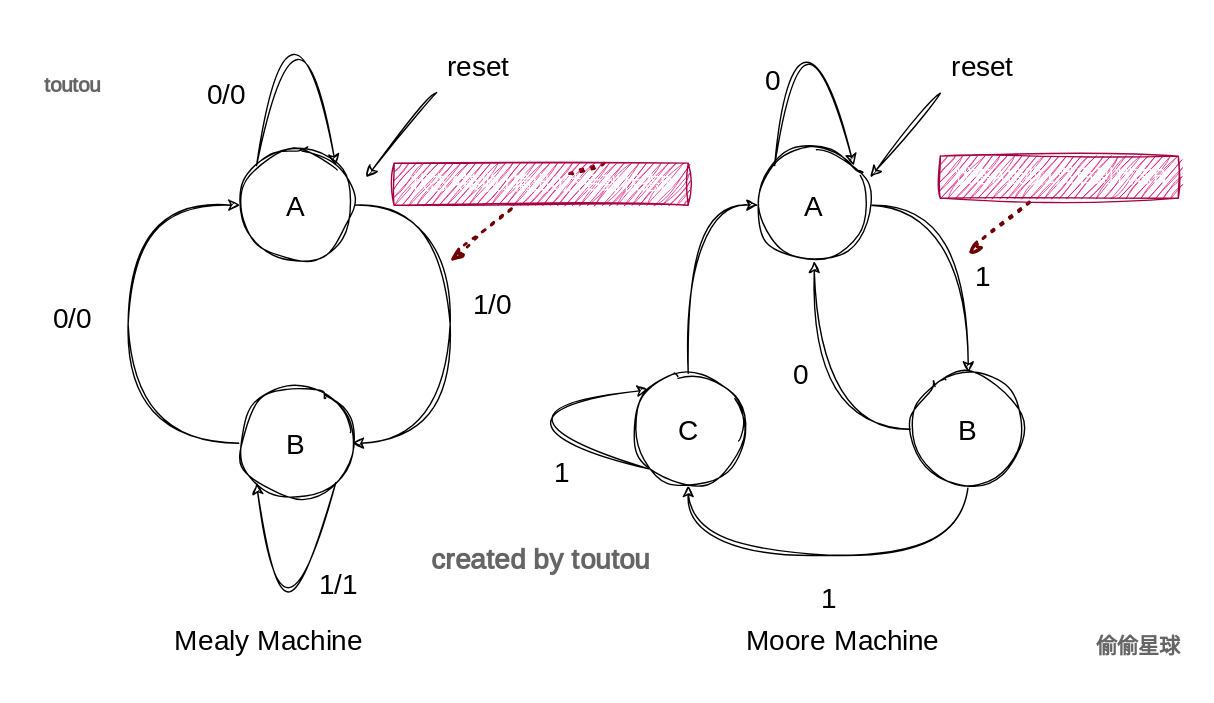
Earlier version of the draw.io export img/DC/fsm.drawio.svg (Khan3x/khan3x.github.io). Source tidied: cells renumbered, new cells last; positions are measured from the earlier drawing's top-left corner, leaving out a move shared by most shapes. Source of this version:
```xml
<mxGraphModel>
  <root>
    <mxCell id="0" />
    <mxCell id="1" parent="0" />
    <mxCell id="2" style="edgeStyle=orthogonalEdgeStyle;sketch=1;hachureGap=4;jiggle=2;curveFitting=1;html=1;exitX=1;exitY=0.5;exitDx=0;exitDy=0;entryX=1;entryY=0.5;entryDx=0;entryDy=0;fontFamily=Architects Daughter;fontSource=https%3A%2F%2Ffonts.googleapis.com%2Fcss%3Ffamily%3DArchitects%2BDaughter;fontSize=16;curved=1;" parent="1" edge="1" source="3" target="5">
      <mxGeometry relative="1" as="geometry">
        <Array as="points">
          <mxPoint x="321" y="180" />
          <mxPoint x="321" y="350" />
        </Array>
      </mxGeometry>
    </mxCell>
    <mxCell id="3" value="A" style="ellipse;whiteSpace=wrap;html=1;sketch=1;hachureGap=4;jiggle=2;curveFitting=1;fontFamily=Architects Daughter;fontSource=https%3A%2F%2Ffonts.googleapis.com%2Fcss%3Ffamily%3DArchitects%2BDaughter;fontSize=20;" parent="1" vertex="1">
      <mxGeometry x="171" y="140" width="80" height="80" as="geometry" />
    </mxCell>
    <mxCell id="4" style="edgeStyle=orthogonalEdgeStyle;curved=1;sketch=1;hachureGap=4;jiggle=2;curveFitting=1;html=1;exitX=0;exitY=0.5;exitDx=0;exitDy=0;entryX=0;entryY=0.5;entryDx=0;entryDy=0;fontFamily=Architects Daughter;fontSource=https%3A%2F%2Ffonts.googleapis.com%2Fcss%3Ffamily%3DArchitects%2BDaughter;fontSize=16;" parent="1" edge="1" source="5" target="3">
      <mxGeometry relative="1" as="geometry">
        <Array as="points">
          <mxPoint x="91" y="350" />
          <mxPoint x="91" y="180" />
        </Array>
      </mxGeometry>
    </mxCell>
    <mxCell id="5" value="B" style="ellipse;whiteSpace=wrap;html=1;sketch=1;hachureGap=4;jiggle=2;curveFitting=1;fontFamily=Architects Daughter;fontSource=https%3A%2F%2Ffonts.googleapis.com%2Fcss%3Ffamily%3DArchitects%2BDaughter;fontSize=20;" parent="1" vertex="1">
      <mxGeometry x="171" y="310" width="80" height="80" as="geometry" />
    </mxCell>
    <mxCell id="6" style="edgeStyle=orthogonalEdgeStyle;curved=1;sketch=1;hachureGap=4;jiggle=2;curveFitting=1;html=1;exitX=1;exitY=0.5;exitDx=0;exitDy=0;entryX=0.5;entryY=0;entryDx=0;entryDy=0;fontFamily=Architects Daughter;fontSource=https%3A%2F%2Ffonts.googleapis.com%2Fcss%3Ffamily%3DArchitects%2BDaughter;fontSize=16;" parent="1" edge="1" source="7" target="10">
      <mxGeometry relative="1" as="geometry" />
    </mxCell>
    <mxCell id="7" value="A" style="ellipse;whiteSpace=wrap;html=1;sketch=1;hachureGap=4;jiggle=2;curveFitting=1;fontFamily=Architects Daughter;fontSource=https%3A%2F%2Ffonts.googleapis.com%2Fcss%3Ffamily%3DArchitects%2BDaughter;fontSize=20;" parent="1" vertex="1">
      <mxGeometry x="541" y="140" width="80" height="80" as="geometry" />
    </mxCell>
    <mxCell id="8" style="edgeStyle=orthogonalEdgeStyle;curved=1;sketch=1;hachureGap=4;jiggle=2;curveFitting=1;html=1;exitX=0.5;exitY=1;exitDx=0;exitDy=0;entryX=0.5;entryY=1;entryDx=0;entryDy=0;fontFamily=Architects Daughter;fontSource=https%3A%2F%2Ffonts.googleapis.com%2Fcss%3Ffamily%3DArchitects%2BDaughter;fontSize=16;" parent="1" edge="1" source="10" target="12">
      <mxGeometry relative="1" as="geometry">
        <Array as="points">
          <mxPoint x="691" y="430" />
          <mxPoint x="491" y="430" />
        </Array>
      </mxGeometry>
    </mxCell>
    <mxCell id="9" style="edgeStyle=orthogonalEdgeStyle;curved=1;sketch=1;hachureGap=4;jiggle=2;curveFitting=1;html=1;exitX=0;exitY=0.5;exitDx=0;exitDy=0;entryX=0.5;entryY=1;entryDx=0;entryDy=0;fontFamily=Architects Daughter;fontSource=https%3A%2F%2Ffonts.googleapis.com%2Fcss%3Ffamily%3DArchitects%2BDaughter;fontSize=16;" parent="1" edge="1" source="10" target="7">
      <mxGeometry relative="1" as="geometry" />
    </mxCell>
    <mxCell id="10" value="B" style="ellipse;whiteSpace=wrap;html=1;sketch=1;hachureGap=4;jiggle=2;curveFitting=1;fontFamily=Architects Daughter;fontSource=https%3A%2F%2Ffonts.googleapis.com%2Fcss%3Ffamily%3DArchitects%2BDaughter;fontSize=20;" parent="1" vertex="1">
      <mxGeometry x="651" y="300" width="80" height="80" as="geometry" />
    </mxCell>
    <mxCell id="11" style="edgeStyle=orthogonalEdgeStyle;curved=1;sketch=1;hachureGap=4;jiggle=2;curveFitting=1;html=1;exitX=0.5;exitY=0;exitDx=0;exitDy=0;entryX=0;entryY=0.5;entryDx=0;entryDy=0;fontFamily=Architects Daughter;fontSource=https%3A%2F%2Ffonts.googleapis.com%2Fcss%3Ffamily%3DArchitects%2BDaughter;fontSize=16;" parent="1" edge="1" source="12" target="7">
      <mxGeometry relative="1" as="geometry" />
    </mxCell>
    <mxCell id="12" value="C" style="ellipse;whiteSpace=wrap;html=1;sketch=1;hachureGap=4;jiggle=2;curveFitting=1;fontFamily=Architects Daughter;fontSource=https%3A%2F%2Ffonts.googleapis.com%2Fcss%3Ffamily%3DArchitects%2BDaughter;fontSize=20;" parent="1" vertex="1">
      <mxGeometry x="451" y="300" width="80" height="80" as="geometry" />
    </mxCell>
    <mxCell id="13" style="edgeStyle=orthogonalEdgeStyle;curved=1;sketch=1;hachureGap=4;jiggle=2;curveFitting=1;html=1;exitX=0;exitY=0;exitDx=0;exitDy=0;entryX=1;entryY=0;entryDx=0;entryDy=0;fontFamily=Architects Daughter;fontSource=https%3A%2F%2Ffonts.googleapis.com%2Fcss%3Ffamily%3DArchitects%2BDaughter;fontSize=16;" parent="1" edge="1" source="3" target="3">
      <mxGeometry relative="1" as="geometry">
        <Array as="points">
          <mxPoint x="211" />
        </Array>
      </mxGeometry>
    </mxCell>
    <mxCell id="14" style="edgeStyle=orthogonalEdgeStyle;curved=1;sketch=1;hachureGap=4;jiggle=2;curveFitting=1;html=1;exitX=1;exitY=1;exitDx=0;exitDy=0;entryX=0;entryY=1;entryDx=0;entryDy=0;fontFamily=Architects Daughter;fontSource=https%3A%2F%2Ffonts.googleapis.com%2Fcss%3Ffamily%3DArchitects%2BDaughter;fontSize=16;" parent="1" edge="1" source="5" target="5">
      <mxGeometry relative="1" as="geometry">
        <Array as="points">
          <mxPoint x="201" y="530" />
        </Array>
      </mxGeometry>
    </mxCell>
    <mxCell id="15" style="edgeStyle=none;orthogonalLoop=1;jettySize=auto;html=1;sketch=1;hachureGap=4;jiggle=2;curveFitting=1;fontFamily=Architects Daughter;fontSource=https%3A%2F%2Ffonts.googleapis.com%2Fcss%3Ffamily%3DArchitects%2BDaughter;fontSize=16;curved=1;" parent="1" edge="1">
      <mxGeometry relative="1" as="geometry">
        <mxPoint x="311" y="100" as="sourcePoint" />
        <mxPoint x="261" y="160" as="targetPoint" />
      </mxGeometry>
    </mxCell>
    <mxCell id="16" value="reset&lt;br&gt;" style="text;html=1;align=center;verticalAlign=middle;strokeColor=none;fillColor=none;fontSize=20;fontFamily=Architects Daughter;sketch=1;hachureGap=4;jiggle=2;curveFitting=1;fontSource=https%3A%2F%2Ffonts.googleapis.com%2Fcss%3Ffamily%3DArchitects%2BDaughter;" parent="1" vertex="1">
      <mxGeometry x="306" y="60" width="70" height="40" as="geometry" />
    </mxCell>
    <mxCell id="17" value="1/0" style="text;html=1;align=center;verticalAlign=middle;strokeColor=none;fillColor=none;fontSize=20;fontFamily=Architects Daughter;sketch=1;hachureGap=4;jiggle=2;curveFitting=1;fontSource=https%3A%2F%2Ffonts.googleapis.com%2Fcss%3Ffamily%3DArchitects%2BDaughter;" parent="1" vertex="1">
      <mxGeometry x="326" y="230" width="50" height="40" as="geometry" />
    </mxCell>
    <mxCell id="18" value="1/1" style="text;html=1;align=center;verticalAlign=middle;strokeColor=none;fillColor=none;fontSize=20;fontFamily=Architects Daughter;sketch=1;hachureGap=4;jiggle=2;curveFitting=1;fontSource=https%3A%2F%2Ffonts.googleapis.com%2Fcss%3Ffamily%3DArchitects%2BDaughter;" parent="1" vertex="1">
      <mxGeometry x="221" y="430" width="40" height="40" as="geometry" />
    </mxCell>
    <mxCell id="19" value="0/0" style="text;html=1;align=center;verticalAlign=middle;strokeColor=none;fillColor=none;fontSize=20;fontFamily=Architects Daughter;sketch=1;hachureGap=4;jiggle=2;curveFitting=1;fontSource=https%3A%2F%2Ffonts.googleapis.com%2Fcss%3Ffamily%3DArchitects%2BDaughter;" parent="1" vertex="1">
      <mxGeometry x="21" y="240" width="60" height="40" as="geometry" />
    </mxCell>
    <mxCell id="20" value="0/0" style="text;html=1;align=center;verticalAlign=middle;strokeColor=none;fillColor=none;fontSize=20;fontFamily=Architects Daughter;sketch=1;hachureGap=4;jiggle=2;curveFitting=1;fontSource=https%3A%2F%2Ffonts.googleapis.com%2Fcss%3Ffamily%3DArchitects%2BDaughter;" parent="1" vertex="1">
      <mxGeometry x="131" y="80" width="60" height="40" as="geometry" />
    </mxCell>
    <mxCell id="21" style="edgeStyle=orthogonalEdgeStyle;curved=1;sketch=1;hachureGap=4;jiggle=2;curveFitting=1;html=1;exitX=0;exitY=0;exitDx=0;exitDy=0;entryX=1;entryY=0;entryDx=0;entryDy=0;fontFamily=Architects Daughter;fontSource=https%3A%2F%2Ffonts.googleapis.com%2Fcss%3Ffamily%3DArchitects%2BDaughter;fontSize=16;" parent="1" edge="1" source="7" target="7">
      <mxGeometry relative="1" as="geometry">
        <Array as="points">
          <mxPoint x="571" y="10" />
        </Array>
      </mxGeometry>
    </mxCell>
    <mxCell id="22" value="0" style="text;html=1;align=center;verticalAlign=middle;strokeColor=none;fillColor=none;fontSize=20;fontFamily=Architects Daughter;sketch=1;hachureGap=4;jiggle=2;curveFitting=1;fontSource=https%3A%2F%2Ffonts.googleapis.com%2Fcss%3Ffamily%3DArchitects%2BDaughter;" parent="1" vertex="1">
      <mxGeometry x="531" y="70" width="40" height="40" as="geometry" />
    </mxCell>
    <mxCell id="23" style="edgeStyle=orthogonalEdgeStyle;curved=1;sketch=1;hachureGap=4;jiggle=2;curveFitting=1;html=1;exitX=0;exitY=1;exitDx=0;exitDy=0;entryX=0;entryY=0;entryDx=0;entryDy=0;fontFamily=Architects Daughter;fontSource=https%3A%2F%2Ffonts.googleapis.com%2Fcss%3Ffamily%3DArchitects%2BDaughter;fontSize=16;" parent="1" edge="1" source="12" target="12">
      <mxGeometry relative="1" as="geometry">
        <Array as="points">
          <mxPoint x="331" y="330" />
        </Array>
      </mxGeometry>
    </mxCell>
    <mxCell id="24" value="1" style="text;html=1;align=center;verticalAlign=middle;strokeColor=none;fillColor=none;fontSize=20;fontFamily=Architects Daughter;sketch=1;hachureGap=4;jiggle=2;curveFitting=1;fontSource=https%3A%2F%2Ffonts.googleapis.com%2Fcss%3Ffamily%3DArchitects%2BDaughter;" parent="1" vertex="1">
      <mxGeometry x="686" y="210" width="30" height="40" as="geometry" />
    </mxCell>
    <mxCell id="25" value="0" style="text;html=1;align=center;verticalAlign=middle;strokeColor=none;fillColor=none;fontSize=20;fontFamily=Architects Daughter;sketch=1;hachureGap=4;jiggle=2;curveFitting=1;fontSource=https%3A%2F%2Ffonts.googleapis.com%2Fcss%3Ffamily%3DArchitects%2BDaughter;" parent="1" vertex="1">
      <mxGeometry x="551" y="280" width="40" height="40" as="geometry" />
    </mxCell>
    <mxCell id="26" value="1" style="text;html=1;align=center;verticalAlign=middle;strokeColor=none;fillColor=none;fontSize=20;fontFamily=Architects Daughter;sketch=1;hachureGap=4;jiggle=2;curveFitting=1;fontSource=https%3A%2F%2Ffonts.googleapis.com%2Fcss%3Ffamily%3DArchitects%2BDaughter;" parent="1" vertex="1">
      <mxGeometry x="576" y="440" width="30" height="40" as="geometry" />
    </mxCell>
    <mxCell id="27" value="1" style="text;html=1;align=center;verticalAlign=middle;strokeColor=none;fillColor=none;fontSize=20;fontFamily=Architects Daughter;sketch=1;hachureGap=4;jiggle=2;curveFitting=1;fontSource=https%3A%2F%2Ffonts.googleapis.com%2Fcss%3Ffamily%3DArchitects%2BDaughter;" parent="1" vertex="1">
      <mxGeometry x="386" y="350" width="30" height="40" as="geometry" />
    </mxCell>
    <mxCell id="28" style="edgeStyle=none;orthogonalLoop=1;jettySize=auto;html=1;sketch=1;hachureGap=4;jiggle=2;curveFitting=1;fontFamily=Architects Daughter;fontSource=https%3A%2F%2Ffonts.googleapis.com%2Fcss%3Ffamily%3DArchitects%2BDaughter;fontSize=16;curved=1;" parent="1" edge="1">
      <mxGeometry relative="1" as="geometry">
        <mxPoint x="671" y="100" as="sourcePoint" />
        <mxPoint x="621" y="160" as="targetPoint" />
      </mxGeometry>
    </mxCell>
    <mxCell id="29" value="reset&lt;br&gt;" style="text;html=1;align=center;verticalAlign=middle;strokeColor=none;fillColor=none;fontSize=20;fontFamily=Architects Daughter;sketch=1;hachureGap=4;jiggle=2;curveFitting=1;fontSource=https%3A%2F%2Ffonts.googleapis.com%2Fcss%3Ffamily%3DArchitects%2BDaughter;" parent="1" vertex="1">
      <mxGeometry x="666" y="60" width="70" height="40" as="geometry" />
    </mxCell>
    <mxCell id="30" value="Mealy Machine" style="text;html=1;align=center;verticalAlign=middle;strokeColor=none;fillColor=none;fontSize=20;fontFamily=Architects Daughter;sketch=1;hachureGap=4;jiggle=2;curveFitting=1;fontSource=https%3A%2F%2Ffonts.googleapis.com%2Fcss%3Ffamily%3DArchitects%2BDaughter;" parent="1" vertex="1">
      <mxGeometry x="111" y="470" width="160" height="40" as="geometry" />
    </mxCell>
    <mxCell id="31" value="Moore Machine" style="text;html=1;align=center;verticalAlign=middle;strokeColor=none;fillColor=none;fontSize=20;fontFamily=Architects Daughter;sketch=1;hachureGap=4;jiggle=2;curveFitting=1;fontSource=https%3A%2F%2Ffonts.googleapis.com%2Fcss%3Ffamily%3DArchitects%2BDaughter;" parent="1" vertex="1">
      <mxGeometry x="516" y="470" width="170" height="40" as="geometry" />
    </mxCell>
    <mxCell id="32" style="endArrow=none;dashed=1;html=1;dashPattern=1 3;strokeWidth=2;sketch=1;hachureGap=4;jiggle=2;curveFitting=1;fontFamily=Architects Daughter;fontSource=https%3A%2F%2Ffonts.googleapis.com%2Fcss%3Ffamily%3DArchitects%2BDaughter;fontSize=16;curved=1;endFill=0;startArrow=none;startFill=0;fillColor=#a20025;strokeColor=#6F0000;" parent="1" edge="1" source="34">
      <mxGeometry relative="1" as="geometry">
        <mxPoint x="401" y="160" as="targetPoint" />
      </mxGeometry>
    </mxCell>
    <mxCell id="33" style="endArrow=none;dashed=1;html=1;dashPattern=1 3;strokeWidth=2;sketch=1;hachureGap=4;jiggle=2;curveFitting=1;fontFamily=Architects Daughter;fontSource=https%3A%2F%2Ffonts.googleapis.com%2Fcss%3Ffamily%3DArchitects%2BDaughter;fontSize=16;curved=1;endFill=0;startArrow=classicThin;startFill=0;fillColor=#a20025;strokeColor=#6F0000;" parent="1" edge="1" target="34">
      <mxGeometry relative="1" as="geometry">
        <mxPoint x="321" y="220" as="sourcePoint" />
      </mxGeometry>
    </mxCell>
    <mxCell id="34" value="状态A接收1输出0然后到状态B" style="text;html=1;align=center;verticalAlign=middle;points=[];strokeColor=#A50040;fillColor=#d80073;fontSize=14;fontFamily=Architects Daughter;sketch=1;hachureGap=4;jiggle=2;curveFitting=1;fontSource=https%3A%2F%2Ffonts.googleapis.com%2Fcss%3Ffamily%3DArchitects%2BDaughter;fontColor=#ffffff;" parent="1" vertex="1">
      <mxGeometry x="281" y="150" width="210" height="30" as="geometry" />
    </mxCell>
    <mxCell id="35" style="endArrow=none;dashed=1;html=1;dashPattern=1 3;strokeWidth=2;sketch=1;hachureGap=4;jiggle=2;curveFitting=1;fontFamily=Architects Daughter;fontSource=https%3A%2F%2Ffonts.googleapis.com%2Fcss%3Ffamily%3DArchitects%2BDaughter;fontSize=16;curved=1;endFill=0;startArrow=classicThin;startFill=0;fillColor=#a20025;strokeColor=#6F0000;" parent="1" edge="1" target="36">
      <mxGeometry relative="1" as="geometry">
        <mxPoint x="691" y="215" as="sourcePoint" />
      </mxGeometry>
    </mxCell>
    <mxCell id="36" value="状态A接收1然后到状态B" style="text;html=1;align=center;verticalAlign=middle;points=[];strokeColor=#A50040;fillColor=#d80073;fontSize=14;fontFamily=Architects Daughter;sketch=1;hachureGap=4;jiggle=2;curveFitting=1;fontSource=https%3A%2F%2Ffonts.googleapis.com%2Fcss%3Ffamily%3DArchitects%2BDaughter;fontColor=#ffffff;" parent="1" vertex="1">
      <mxGeometry x="671" y="145" width="170" height="30" as="geometry" />
    </mxCell>
    <mxCell id="37" value="&lt;h1&gt;&lt;font style=&quot;font-size: 20px;&quot;&gt;created by toutou&lt;/font&gt;&lt;br&gt;&lt;/h1&gt;" style="text;html=1;strokeColor=none;fillColor=none;align=center;verticalAlign=middle;whiteSpace=wrap;rounded=0;shadow=1;fontFamily=Architects Daughter;textOpacity=60;fontSource=https%3A%2F%2Ffonts.googleapis.com%2Fcss%3Ffamily%3DArchitects%2BDaughter;sketch=1;curveFitting=1;jiggle=2;labelBackgroundColor=none;fontColor=default;hachureGap=4;fontSize=20;" parent="1" vertex="1">
      <mxGeometry x="221" y="410" width="330" height="30" as="geometry" />
    </mxCell>
    <mxCell id="38" value="&lt;h1&gt;&lt;span style=&quot;font-size: 15px;&quot;&gt;偷偷星球&lt;/span&gt;&lt;/h1&gt;" style="text;html=1;strokeColor=none;fillColor=none;align=center;verticalAlign=middle;whiteSpace=wrap;rounded=0;shadow=1;fontFamily=Architects Daughter;textOpacity=60;fontSource=https%3A%2F%2Ffonts.googleapis.com%2Fcss%3Ffamily%3DArchitects%2BDaughter;sketch=1;curveFitting=1;jiggle=2;labelBackgroundColor=none;fontColor=default;hachureGap=4;fontSize=20;" parent="1" vertex="1">
      <mxGeometry x="761" y="470" width="102.5" height="30" as="geometry" />
    </mxCell>
    <mxCell id="39" value="&lt;h1&gt;&lt;font style=&quot;font-size: 15px;&quot;&gt;toutou&lt;/font&gt;&lt;br&gt;&lt;/h1&gt;" style="text;html=1;strokeColor=none;fillColor=none;align=center;verticalAlign=middle;whiteSpace=wrap;rounded=0;shadow=1;fontFamily=Architects Daughter;textOpacity=60;fontSource=https%3A%2F%2Ffonts.googleapis.com%2Fcss%3Ffamily%3DArchitects%2BDaughter;sketch=1;curveFitting=1;jiggle=2;labelBackgroundColor=none;fontColor=default;hachureGap=4;fontSize=20;" parent="1" vertex="1">
      <mxGeometry x="-0.2" y="70" width="102.5" height="30" as="geometry" />
    </mxCell>
  </root>
</mxGraphModel>
```
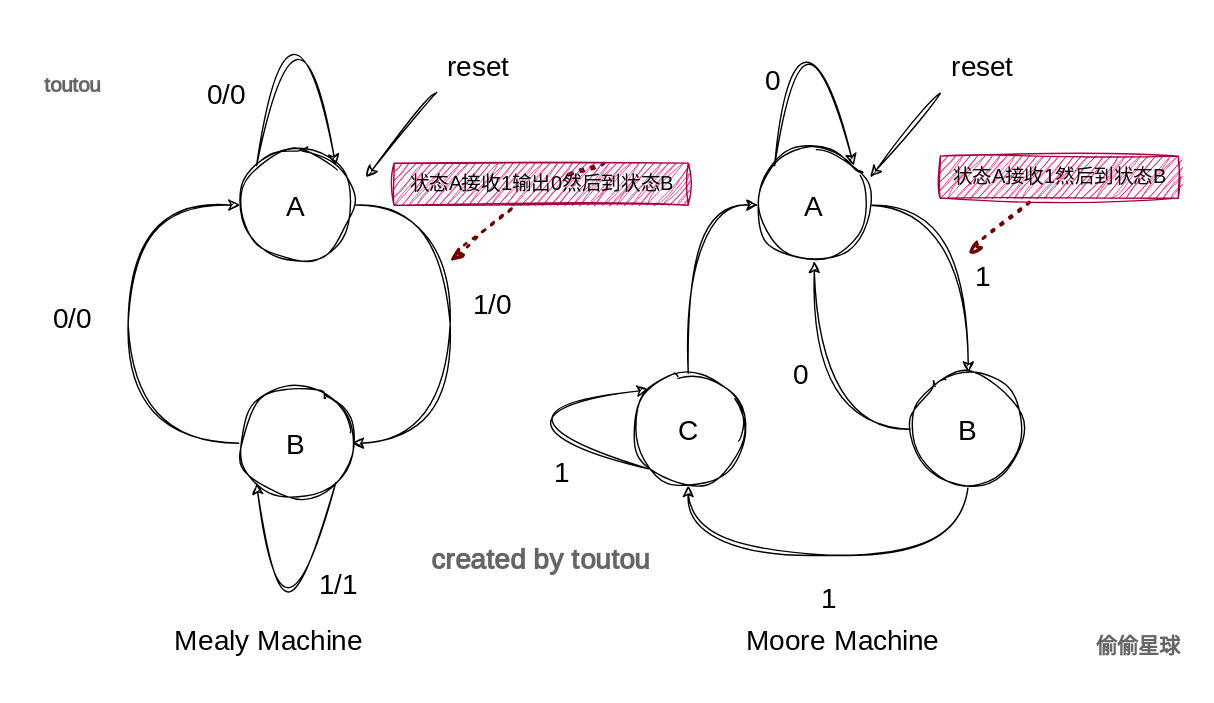
The same diagram one commit later.

What changed in the source:
```diff
@@ -139,7 +139,7 @@
         <mxPoint x="321" y="220" as="sourcePoint" />
       </mxGeometry>
     </mxCell>
-    <mxCell id="34" value="状态A接收1输出0然后到状态B" style="text;html=1;align=center;verticalAlign=middle;points=[];strokeColor=#A50040;fillColor=#d80073;fontSize=14;fontFamily=Architects Daughter;sketch=1;hachureGap=4;jiggle=2;curveFitting=1;fontSource=https%3A%2F%2Ffonts.googleapis.com%2Fcss%3Ffamily%3DArchitects%2BDaughter;fontColor=#ffffff;" parent="1" vertex="1">
+    <mxCell id="34" value="状态A接收1输出0然后到状态B" style="text;html=1;align=center;verticalAlign=middle;points=[];strokeColor=#A50040;fillColor=#d80073;fontSize=14;fontFamily=Architects Daughter;sketch=1;hachureGap=4;jiggle=2;curveFitting=1;fontSource=https%3A%2F%2Ffonts.googleapis.com%2Fcss%3Ffamily%3DArchitects%2BDaughter;fontColor=#000000;" parent="1" vertex="1">
       <mxGeometry x="281" y="150" width="210" height="30" as="geometry" />
     </mxCell>
     <mxCell id="35" style="endArrow=none;dashed=1;html=1;dashPattern=1 3;strokeWidth=2;sketch=1;hachureGap=4;jiggle=2;curveFitting=1;fontFamily=Architects Daughter;fontSource=https%3A%2F%2Ffonts.googleapis.com%2Fcss%3Ffamily%3DArchitects%2BDaughter;fontSize=16;curved=1;endFill=0;startArrow=classicThin;startFill=0;fillColor=#a20025;strokeColor=#6F0000;" parent="1" edge="1" target="36">
@@ -147,7 +147,7 @@
         <mxPoint x="691" y="215" as="sourcePoint" />
       </mxGeometry>
     </mxCell>
-    <mxCell id="36" value="状态A接收1然后到状态B" style="text;html=1;align=center;verticalAlign=middle;points=[];strokeColor=#A50040;fillColor=#d80073;fontSize=14;fontFamily=Architects Daughter;sketch=1;hachureGap=4;jiggle=2;curveFitting=1;fontSource=https%3A%2F%2Ffonts.googleapis.com%2Fcss%3Ffamily%3DArchitects%2BDaughter;fontColor=#ffffff;" parent="1" vertex="1">
+    <mxCell id="36" value="状态A接收1然后到状态B" style="text;html=1;align=center;verticalAlign=middle;points=[];strokeColor=#A50040;fillColor=#d80073;fontSize=14;fontFamily=Architects Daughter;sketch=1;hachureGap=4;jiggle=2;curveFitting=1;fontSource=https%3A%2F%2Ffonts.googleapis.com%2Fcss%3Ffamily%3DArchitects%2BDaughter;fontColor=#0e0101;" parent="1" vertex="1">
       <mxGeometry x="671" y="145" width="170" height="30" as="geometry" />
     </mxCell>
     <mxCell id="37" value="&lt;h1&gt;&lt;font style=&quot;font-size: 20px;&quot;&gt;created by toutou&lt;/font&gt;&lt;br&gt;&lt;/h1&gt;" style="text;html=1;strokeColor=none;fillColor=none;align=center;verticalAlign=middle;whiteSpace=wrap;rounded=0;shadow=1;fontFamily=Architects Daughter;textOpacity=60;fontSource=https%3A%2F%2Ffonts.googleapis.com%2Fcss%3Ffamily%3DArchitects%2BDaughter;sketch=1;curveFitting=1;jiggle=2;labelBackgroundColor=none;fontColor=default;hachureGap=4;fontSize=20;" parent="1" vertex="1">
```
